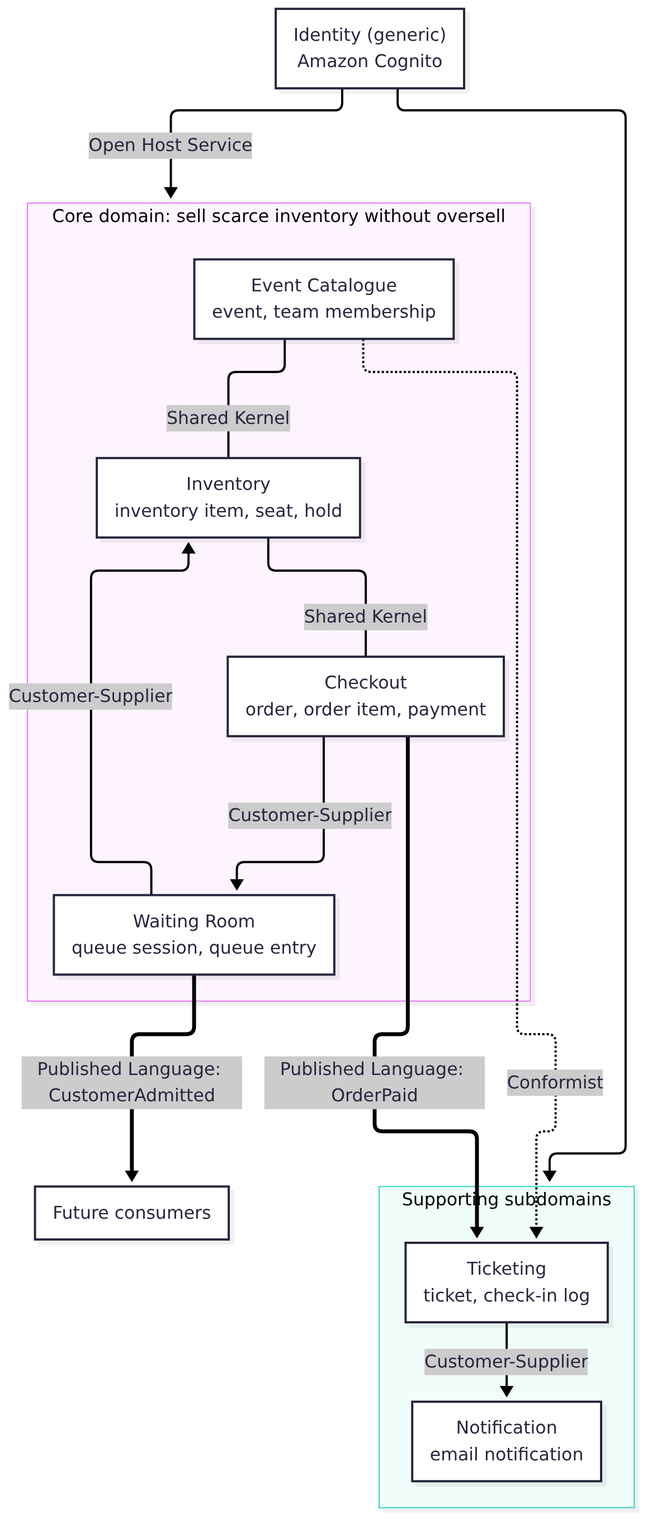
The Mermaid diagram diagrams/rendered/05-context-map.png in nus-mtech-grp1-sem2/docs, before a commit. Its source is kept beside it as diagrams/src/05-context-map.mmd. Its diagram source:
```mermaid
flowchart TB
    IAM["Identity (generic)<br/>Amazon Cognito"]

    subgraph Core["Core domain: sell scarce inventory without oversell"]
        CAT["Event Catalogue<br/>event, team membership"]
        INV["Inventory<br/>inventory item, seat, hold"]
        CHK["Checkout<br/>order, order item, payment"]
        WR["Waiting Room<br/>queue session, queue entry"]
        CAT ---|Shared Kernel| INV
        INV ---|Shared Kernel| CHK
        WR -->|Customer-Supplier| INV
        CHK -->|Customer-Supplier| WR
    end

    subgraph Supporting["Supporting subdomains"]
        TKT["Ticketing<br/>ticket, check-in log"]
        NTF["Notification<br/>email notification"]
        TKT -->|Customer-Supplier| NTF
    end

    FUT["Future consumers"]

    IAM -->|Open Host Service| Core
    IAM --> Supporting
    CHK ==>|"Published Language: OrderPaid"| TKT
    WR ==>|"Published Language: CustomerAdmitted"| FUT
    CAT -.->|Conformist| TKT
```
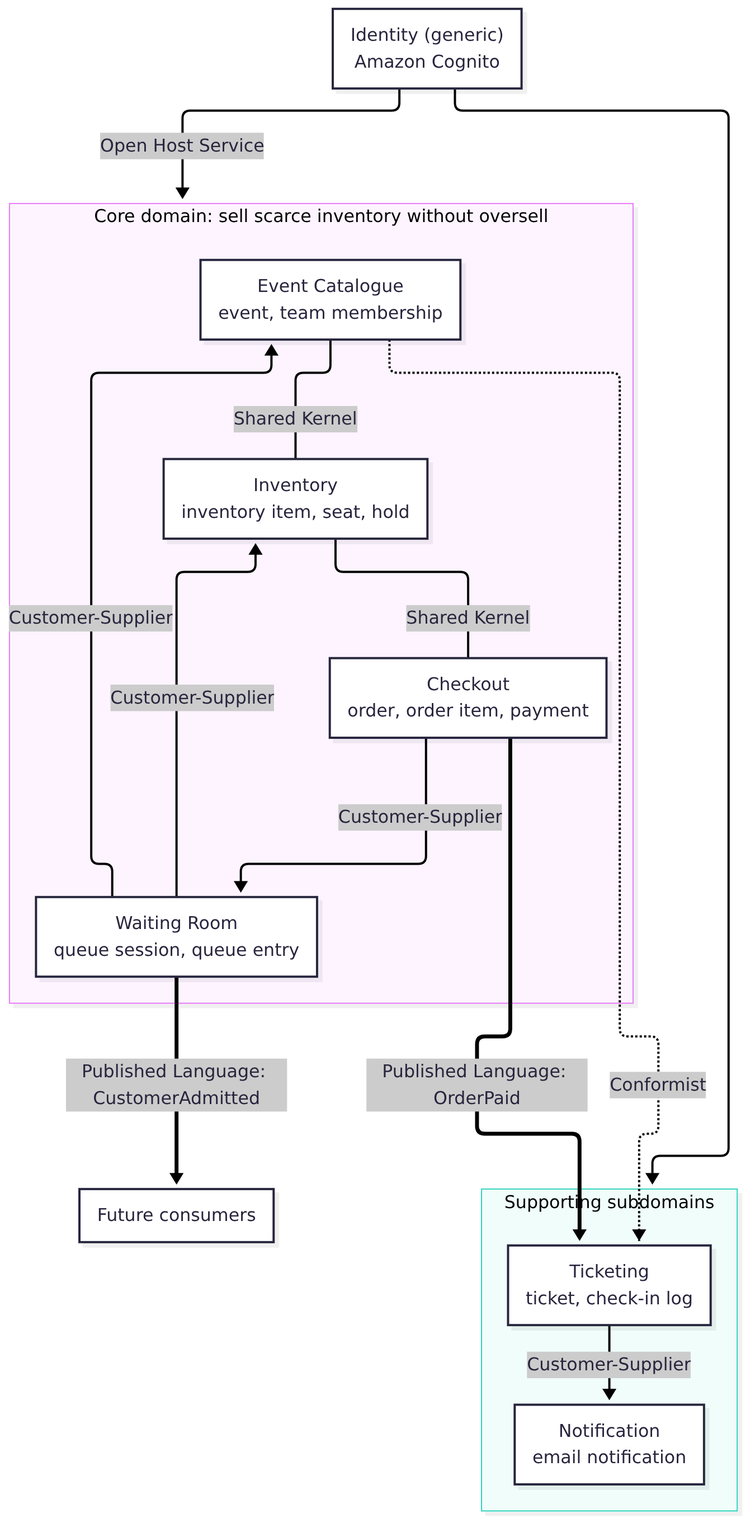
Later version of the same file.

Change to the diagram source:
```diff
@@ -9,6 +9,7 @@
         CAT ---|Shared Kernel| INV
         INV ---|Shared Kernel| CHK
         WR -->|Customer-Supplier| INV
+        WR -->|Customer-Supplier| CAT
         CHK -->|Customer-Supplier| WR
     end
 
```
